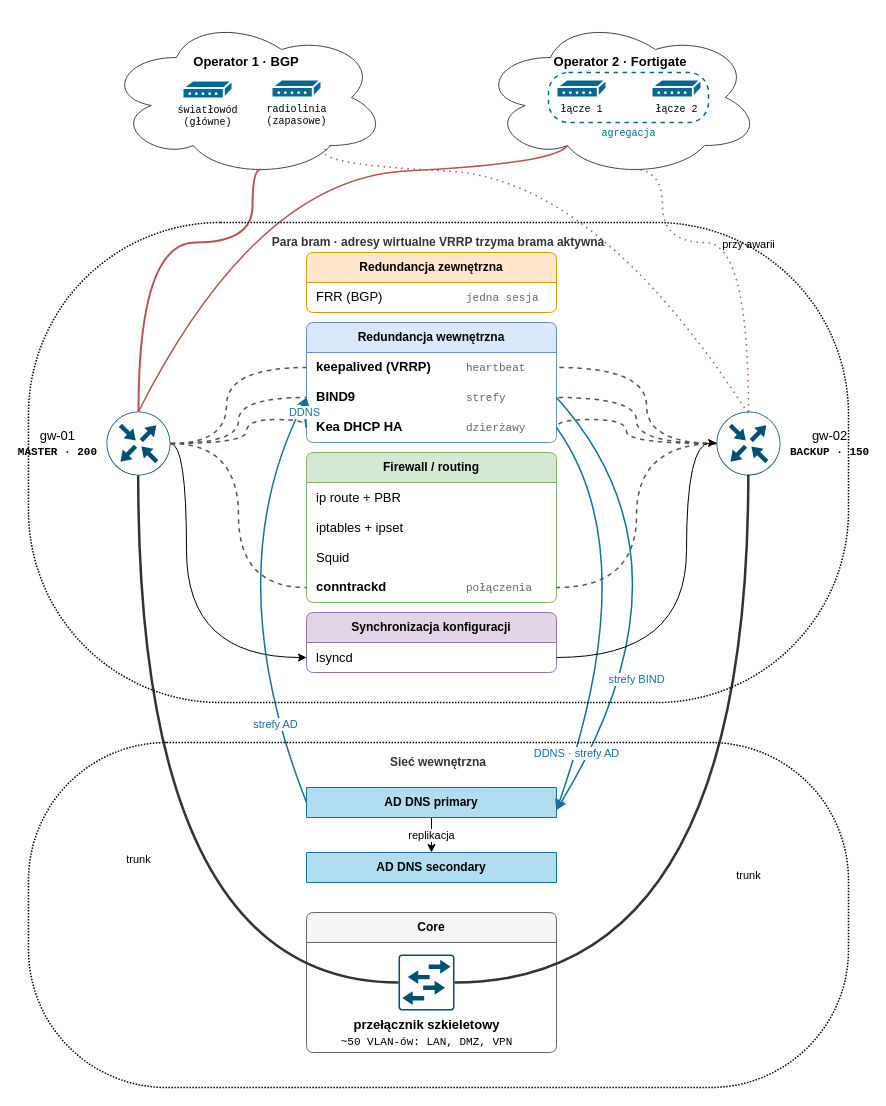
This is redundant-gateways-V3.drawio from BO-RU-TA/mysnippets, a draw.io file, before an edit. Source tidied: cells renumbered, new cells numbered last; positions are measured from the earlier drawing's top-left corner, leaving out a move shared by most shapes. Both pictures are drawn from the tidied source at 100%, with x=0, y=0 at pixel (28, 17).
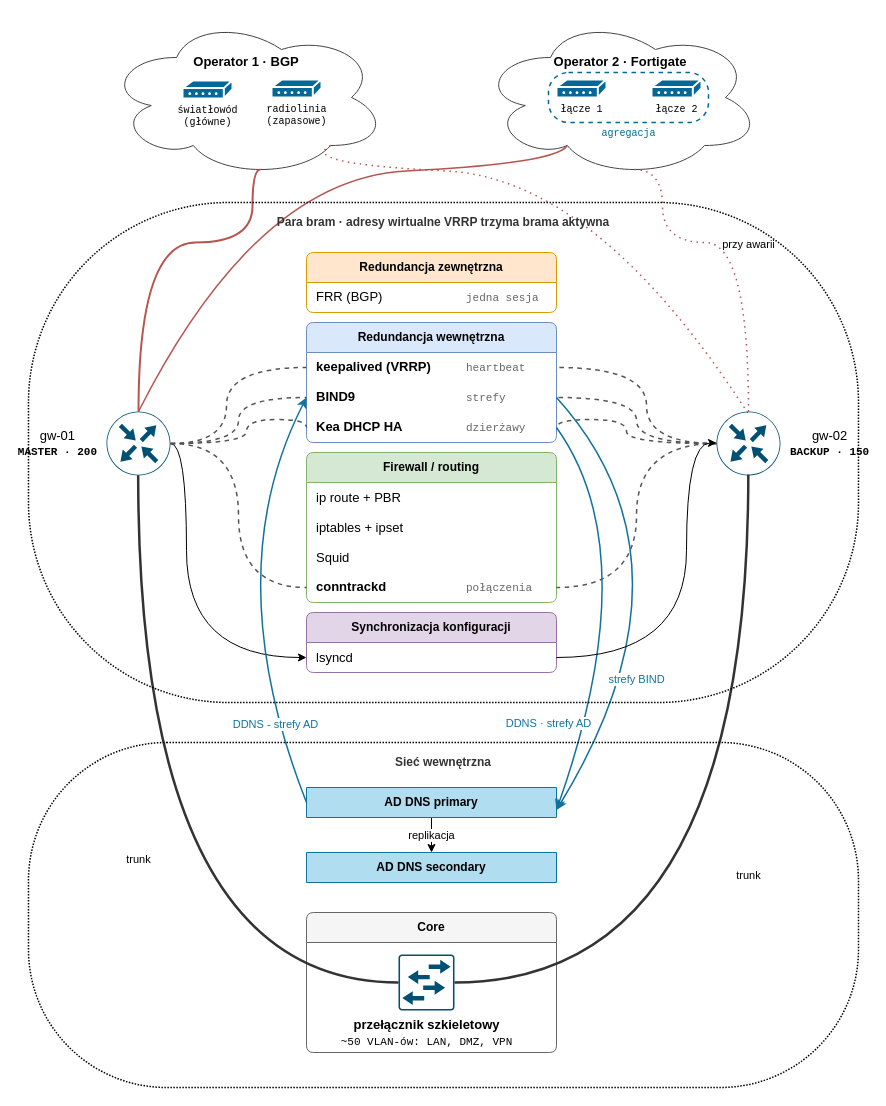
Above is the later version.

The change refers to these unchanged cells:
```xml
<mxCell id="17" value="AD DNS primary" style="swimlane;rounded=1;arcSize=8;fontStyle=1;horizontal=1;startSize=30;whiteSpace=wrap;html=1;fontSize=12;swimlaneFillColor=#ffffff;fillColor=#b1ddf0;strokeColor=#10739e;" parent="1" vertex="1">
  <mxGeometry x="278" y="770" width="250" height="30" as="geometry" />
</mxCell>
<mxCell id="22" value="&lt;span style=&quot;display:inline-block;width:150px&quot;&gt;&lt;b&gt;BIND9&lt;/b&gt;&lt;/span&gt;&lt;span style=&quot;font-family:Courier New;font-size:11px;color:#666666;font-weight:normal&quot;&gt;strefy&lt;/span&gt;" style="text;strokeColor=none;fillColor=none;align=left;verticalAlign=middle;spacingLeft=8;spacingRight=8;html=1;fontSize=13;points=[[0,0.5],[1,0.5]];portConstraint=eastwest;" parent="20" vertex="1">
  <mxGeometry y="60" width="250" height="30" as="geometry" />
</mxCell>
<mxCell id="23" value="&lt;span style=&quot;display:inline-block;width:150px&quot;&gt;&lt;b&gt;Kea DHCP HA&lt;/b&gt;&lt;/span&gt;&lt;span style=&quot;font-family:Courier New;font-size:11px;color:#666666;font-weight:normal&quot;&gt;dzierżawy&lt;/span&gt;" style="text;strokeColor=none;fillColor=none;align=left;verticalAlign=middle;spacingLeft=8;spacingRight=8;html=1;fontSize=13;points=[[0,0.5],[1,0.5]];portConstraint=eastwest;" parent="20" vertex="1">
  <mxGeometry y="90" width="250" height="30" as="geometry" />
</mxCell>
```

Change to the diagram source:
```diff
@@
     <mxCell id="41" value="DDNS · strefy AD" style="endArrow=classic;html=1;curved=1;strokeColor=#10739e;strokeWidth=1.5;fontSize=11;fontColor=#10739e;labelBackgroundColor=#ffffff;exitX=1;exitY=0.5;exitDx=0;exitDy=0;entryX=1;entryY=0.75;entryDx=0;entryDy=0;" parent="1" edge="1" source="23" target="17">
-      <mxGeometry x="0.72" relative="1" as="geometry">
+      <mxGeometry x="0.63" y="-37" relative="1" as="geometry">
         <Array as="points">
           <mxPoint x="618" y="536" />
         </Array>
+        <mxPoint x="1" as="offset" />
       </mxGeometry>
     </mxCell>
-    <mxCell id="42" value="strefy AD" style="endArrow=classic;html=1;curved=1;strokeColor=#10739e;strokeWidth=1.5;fontSize=11;fontColor=#10739e;labelBackgroundColor=#ffffff;exitX=0;exitY=0.5;exitDx=0;exitDy=0;entryX=0;entryY=0.5;entryDx=0;entryDy=0;" parent="1" edge="1" source="17" target="22">
+    <mxCell id="42" value="DDNS - strefy AD" style="endArrow=classic;html=1;curved=1;strokeColor=#10739e;strokeWidth=1.5;fontSize=11;fontColor=#10739e;labelBackgroundColor=#ffffff;exitX=0;exitY=0.5;exitDx=0;exitDy=0;entryX=0;entryY=0.5;entryDx=0;entryDy=0;" parent="1" edge="1" source="17" target="22">
       <mxGeometry x="-0.62" relative="1" as="geometry">
         <Array as="points">
           <mxPoint x="188" y="556" />
         </Array>
       </mxGeometry>
     </mxCell>
@@
     <mxCell id="48" value="Sieć wewnętrzna" style="rounded=1;arcSize=40;html=1;fillColor=none;strokeColor=light-dark(#000000, #5cb3dc);dashed=1;strokeWidth=1.5;verticalAlign=top;fontSize=12;fontFamily=Helvetica;fontColor=#333333;spacingBottom=0;dashPattern=1 1;spacingTop=6;fontStyle=1;whiteSpace=wrap;" parent="1" vertex="1">
-      <mxGeometry y="725" width="820" height="345" as="geometry" />
+      <mxGeometry y="725" width="830" height="345" as="geometry" />
     </mxCell>
     <mxCell id="49" value="Para bram · adresy wirtualne VRRP trzyma brama aktywna" style="rounded=1;arcSize=40;html=1;fillColor=none;strokeColor=light-dark(#000000, #5cb3dc);dashed=1;strokeWidth=1.5;verticalAlign=top;fontSize=12;fontFamily=Helvetica;fontColor=#333333;spacingBottom=0;dashPattern=1 1;roundedPerimeter=1;glass=0;shadow=0;multiple=0;spacingTop=6;fontStyle=1;whiteSpace=wrap;" parent="1" vertex="1">
-      <mxGeometry y="205" width="820" height="480" as="geometry" />
+      <mxGeometry y="185" width="830" height="500" as="geometry" />
     </mxCell>
-    <mxCell id="50" value="DDNS" style="endArrow=classic;html=1;curved=1;strokeColor=#10739e;strokeWidth=1.5;fontSize=11;fontColor=#10739e;labelBackgroundColor=#ffffff;exitX=0;exitY=0.5;exitDx=0;exitDy=0;entryX=0;entryY=0.5;entryDx=0;entryDy=0;" parent="1" edge="1" source="23" target="22">
-      <mxGeometry relative="1" as="geometry">
-        <Array as="points">
-          <mxPoint x="275" y="399" />
-        </Array>
-      </mxGeometry>
-    </mxCell>
```
